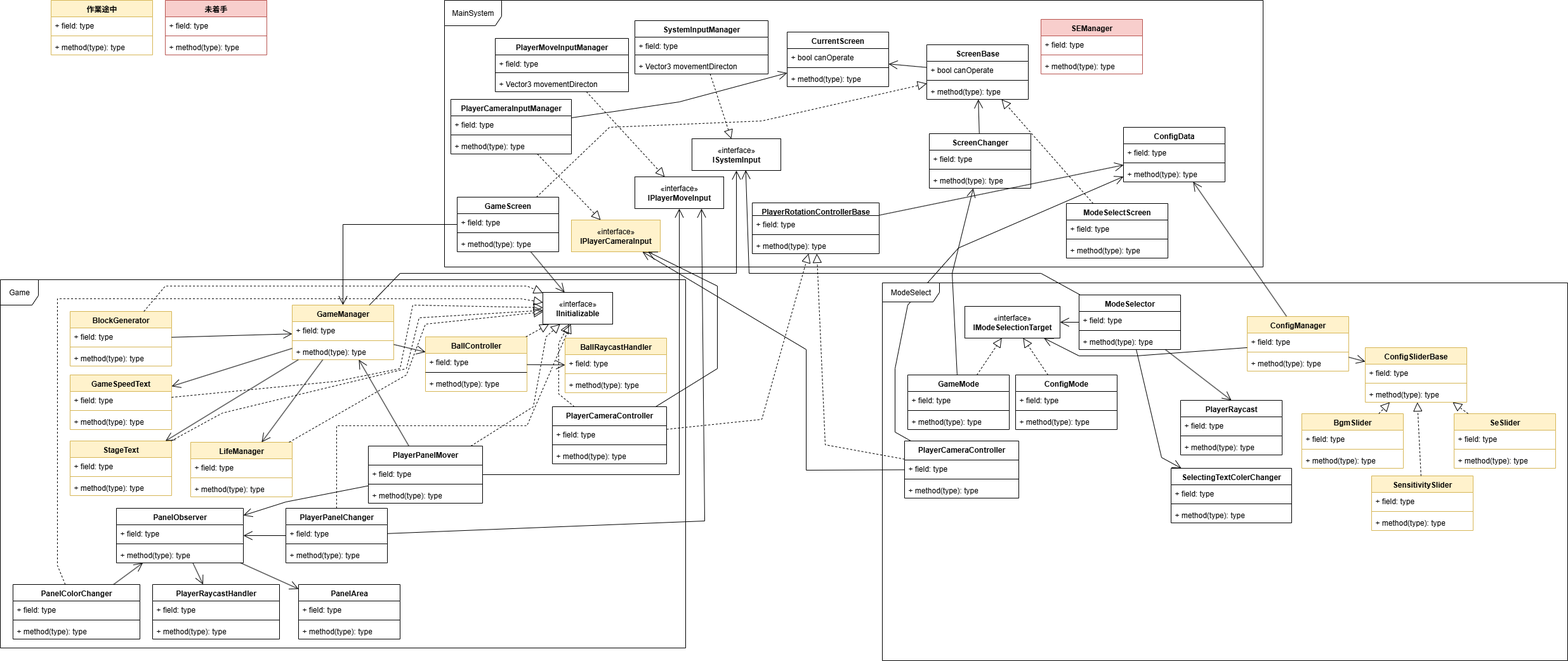
This is BreakOut.drawio.png from UzukiAlto/3DBreakout, a draw.io export, as it was before one commit. Source tidied: cells renumbered, new cells last; positions are measured from the earlier drawing's top-left corner, leaving out a move shared by most shapes.
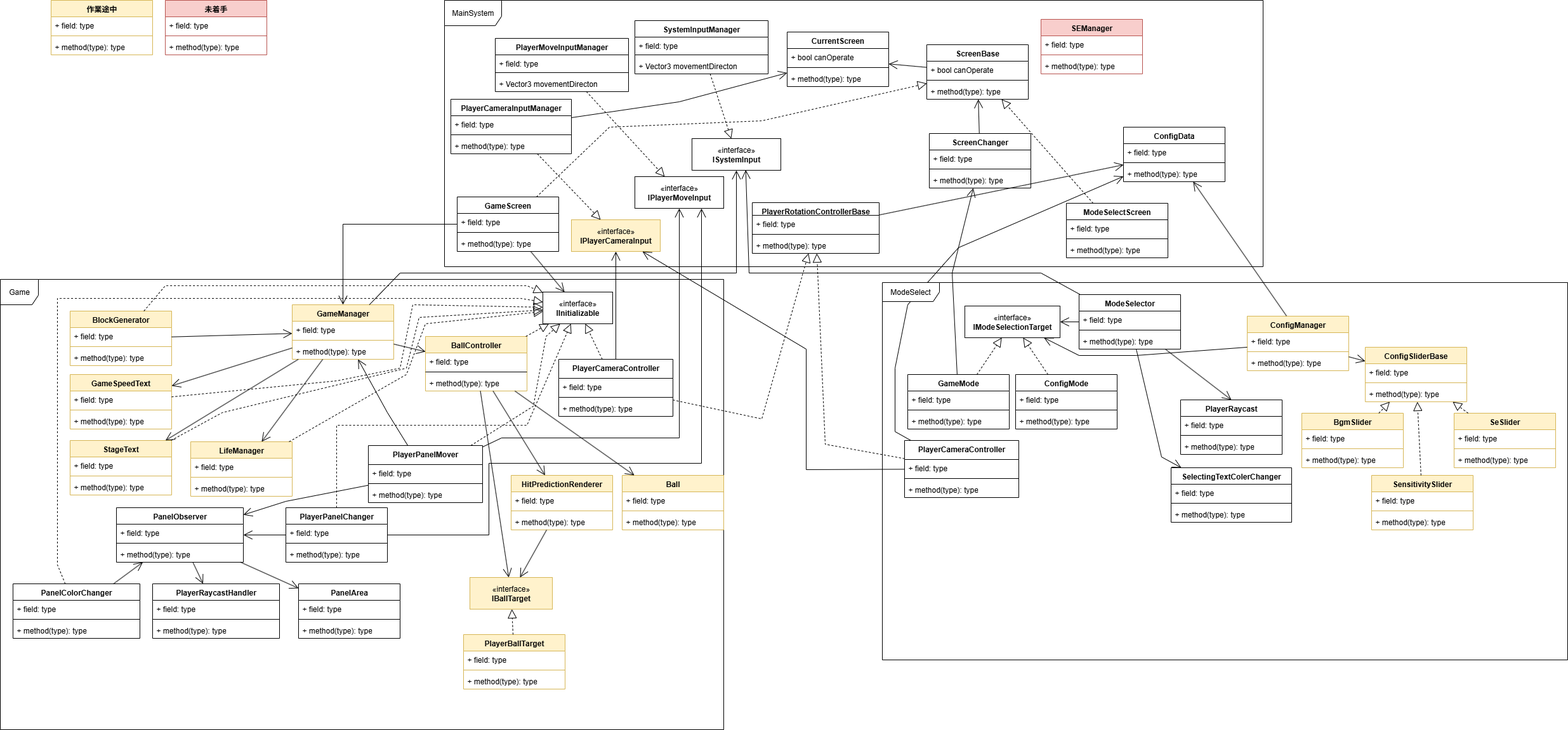
After the commit.

Diff of the diagram source:
```diff
@@ -113,7 +113,7 @@
       </mxGeometry>
     </mxCell>
     <mxCell id="32" value="Game" style="shape=umlFrame;whiteSpace=wrap;html=1;width=60;height=40;" parent="1" vertex="1">
-      <mxGeometry y="440" width="1080" height="580" as="geometry" />
+      <mxGeometry y="440" width="1140" height="710" as="geometry" />
     </mxCell>
     <mxCell id="33" value="LifeManager" style="swimlane;fontStyle=1;align=center;verticalAlign=top;horizontal=1;startSize=26;whiteSpace=wrap;html=1;fillColor=#fff2cc;strokeColor=#d6b656;" parent="1" vertex="1">
       <mxGeometry x="300" y="696" width="160" height="86" as="geometry" />
@@ -128,7 +128,7 @@
       <mxGeometry y="60" width="160" height="26" as="geometry" />
     </mxCell>
     <mxCell id="37" value="PlayerCameraController" style="swimlane;fontStyle=1;align=center;verticalAlign=top;horizontal=1;startSize=30;whiteSpace=wrap;html=1;" parent="1" vertex="1">
-      <mxGeometry x="870" y="640" width="180" height="90" as="geometry" />
+      <mxGeometry x="880" y="566" width="180" height="90" as="geometry" />
     </mxCell>
     <mxCell id="38" value="+ field: type" style="text;align=left;verticalAlign=top;spacingLeft=4;spacingRight=4;overflow=hidden;whiteSpace=wrap;html=1;" parent="37" vertex="1">
       <mxGeometry y="30" width="180" height="26" as="geometry" />
@@ -170,8 +170,8 @@
     <mxCell id="49" value="+ method(type): type" style="text;strokeColor=none;fillColor=none;align=left;verticalAlign=top;spacingLeft=4;spacingRight=4;overflow=hidden;whiteSpace=wrap;html=1;fontFamily=Helvetica;fontSize=12;fontColor=default;fontStyle=0;horizontal=1;" parent="46" vertex="1">
       <mxGeometry y="60" width="160" height="26" as="geometry" />
     </mxCell>
-    <mxCell id="50" value="BallRaycastHandler" style="swimlane;fontStyle=1;align=center;verticalAlign=top;horizontal=1;startSize=26;whiteSpace=wrap;html=1;fillColor=#fff2cc;strokeColor=#d6b656;" parent="1" vertex="1">
-      <mxGeometry x="890" y="532" width="160" height="86" as="geometry" />
+    <mxCell id="50" value="HitPredictionRenderer" style="swimlane;fontStyle=1;align=center;verticalAlign=top;horizontal=1;startSize=26;whiteSpace=wrap;html=1;fillColor=#fff2cc;strokeColor=#d6b656;" parent="1" vertex="1">
+      <mxGeometry x="805" y="749" width="160" height="86" as="geometry" />
     </mxCell>
     <mxCell id="51" value="+ field: type" style="text;strokeColor=none;fillColor=none;align=left;verticalAlign=top;spacingLeft=4;spacingRight=4;overflow=hidden;whiteSpace=wrap;html=1;" parent="50" vertex="1">
       <mxGeometry y="26" width="160" height="26" as="geometry" />
@@ -284,7 +284,8 @@
     <mxCell id="82" style="endArrow=open;endFill=1;endSize=12;html=1;rounded=0;" parent="1" edge="1" source="74" target="168">
       <mxGeometry relative="1" as="geometry">
         <Array as="points">
-          <mxPoint x="1070" y="747" />
+          <mxPoint x="790" y="690" />
+          <mxPoint x="1070" y="690" />
         </Array>
       </mxGeometry>
     </mxCell>
@@ -324,7 +325,9 @@
     <mxCell id="92" style="endArrow=open;endFill=1;endSize=12;html=1;rounded=0;entryX=0.75;entryY=1;entryDx=0;entryDy=0;" parent="1" edge="1" source="88" target="168">
       <mxGeometry relative="1" as="geometry">
         <Array as="points">
-          <mxPoint x="1110" y="820" />
+          <mxPoint x="770" y="843" />
+          <mxPoint x="770" y="730" />
+          <mxPoint x="1105" y="730" />
         </Array>
       </mxGeometry>
     </mxCell>
@@ -344,12 +347,7 @@
       <mxGeometry relative="1" as="geometry" />
     </mxCell>
     <mxCell id="98" style="endArrow=block;dashed=1;endFill=0;endSize=12;html=1;rounded=0;" parent="1" edge="1" source="37" target="65">
-      <mxGeometry relative="1" as="geometry">
-        <Array as="points">
-          <mxPoint x="880" y="620" />
-          <mxPoint x="880" y="540" />
-        </Array>
-      </mxGeometry>
+      <mxGeometry relative="1" as="geometry" />
     </mxCell>
     <mxCell id="99" style="endArrow=open;endFill=1;endSize=12;html=1;rounded=0;" parent="1" edge="1" source="55" target="33">
       <mxGeometry relative="1" as="geometry" />
@@ -570,12 +568,7 @@
       <mxGeometry relative="1" as="geometry" />
     </mxCell>
     <mxCell id="167" style="endArrow=open;endFill=1;endSize=12;html=1;rounded=0;" parent="1" edge="1" source="37" target="165">
-      <mxGeometry relative="1" as="geometry">
-        <Array as="points">
-          <mxPoint x="1130" y="580" />
-          <mxPoint x="1130" y="450" />
-        </Array>
-      </mxGeometry>
+      <mxGeometry relative="1" as="geometry" />
     </mxCell>
     <mxCell id="168" value="«interface»&lt;br&gt;&lt;b&gt;IPlayerMoveInput&lt;/b&gt;" style="html=1;whiteSpace=wrap;" parent="1" vertex="1">
       <mxGeometry x="1000" y="278" width="140" height="50" as="geometry" />
@@ -715,7 +708,11 @@
       </mxGeometry>
     </mxCell>
     <mxCell id="206" style="endArrow=open;endFill=1;endSize=12;html=1;rounded=0;" parent="1" edge="1" source="74" target="55">
-      <mxGeometry relative="1" as="geometry" />
+      <mxGeometry relative="1" as="geometry">
+        <Array as="points">
+          <mxPoint x="610" y="650" />
+        </Array>
+      </mxGeometry>
     </mxCell>
     <mxCell id="207" style="endArrow=block;dashed=1;endFill=0;endSize=12;html=1;rounded=0;" parent="1" edge="1" source="200" target="65">
       <mxGeometry relative="1" as="geometry">
@@ -757,5 +754,44 @@
     <mxCell id="214" style="endArrow=open;endFill=1;endSize=12;html=1;rounded=0;" parent="1" edge="1" source="209" target="55">
       <mxGeometry relative="1" as="geometry" />
     </mxCell>
+    <mxCell id="215" value="PlayerBallTarget" style="swimlane;fontStyle=1;align=center;verticalAlign=top;horizontal=1;startSize=26;whiteSpace=wrap;html=1;fillColor=#fff2cc;strokeColor=#d6b656;" parent="1" vertex="1">
+      <mxGeometry x="730" y="1000" width="160" height="86" as="geometry" />
+    </mxCell>
+    <mxCell id="216" value="+ field: type" style="text;strokeColor=none;fillColor=none;align=left;verticalAlign=top;spacingLeft=4;spacingRight=4;overflow=hidden;whiteSpace=wrap;html=1;" parent="215" vertex="1">
+      <mxGeometry y="26" width="160" height="26" as="geometry" />
+    </mxCell>
+    <mxCell id="217" style="line;strokeWidth=1;fillColor=none;align=left;verticalAlign=middle;spacingTop=-1;spacingLeft=3;spacingRight=3;labelPosition=right;strokeColor=inherit;" parent="215" vertex="1">
+      <mxGeometry y="52" width="160" height="8" as="geometry" />
+    </mxCell>
+    <mxCell id="218" value="+ method(type): type" style="text;strokeColor=none;fillColor=none;align=left;verticalAlign=top;spacingLeft=4;spacingRight=4;overflow=hidden;whiteSpace=wrap;html=1;" parent="215" vertex="1">
+      <mxGeometry y="60" width="160" height="26" as="geometry" />
+    </mxCell>
+    <mxCell id="219" value="«interface»&lt;br&gt;&lt;b&gt;IBallTarget&lt;/b&gt;" style="html=1;whiteSpace=wrap;fillColor=#fff2cc;strokeColor=#d6b656;" parent="1" vertex="1">
+      <mxGeometry x="740" y="910" width="130" height="50" as="geometry" />
+    </mxCell>
+    <mxCell id="220" style="endArrow=open;endFill=1;endSize=12;html=1;rounded=0;" parent="1" edge="1" source="46" target="219">
+      <mxGeometry relative="1" as="geometry" />
+    </mxCell>
+    <mxCell id="221" style="endArrow=block;dashed=1;endFill=0;endSize=12;html=1;rounded=0;" parent="1" edge="1" source="215" target="219">
+      <mxGeometry relative="1" as="geometry" />
+    </mxCell>
+    <mxCell id="222" value="Ball" style="swimlane;fontStyle=1;align=center;verticalAlign=top;horizontal=1;startSize=26;whiteSpace=wrap;html=1;fillColor=#fff2cc;strokeColor=#d6b656;" parent="1" vertex="1">
+      <mxGeometry x="980" y="749" width="160" height="86" as="geometry" />
+    </mxCell>
+    <mxCell id="223" value="+ field: type" style="text;strokeColor=none;fillColor=none;align=left;verticalAlign=top;spacingLeft=4;spacingRight=4;overflow=hidden;whiteSpace=wrap;html=1;" parent="222" vertex="1">
+      <mxGeometry y="26" width="160" height="26" as="geometry" />
+    </mxCell>
+    <mxCell id="224" style="line;strokeWidth=1;fillColor=none;align=left;verticalAlign=middle;spacingTop=-1;spacingLeft=3;spacingRight=3;labelPosition=right;strokeColor=inherit;" parent="222" vertex="1">
+      <mxGeometry y="52" width="160" height="8" as="geometry" />
+    </mxCell>
+    <mxCell id="225" value="+ method(type): type" style="text;strokeColor=none;fillColor=none;align=left;verticalAlign=top;spacingLeft=4;spacingRight=4;overflow=hidden;whiteSpace=wrap;html=1;" parent="222" vertex="1">
+      <mxGeometry y="60" width="160" height="26" as="geometry" />
+    </mxCell>
+    <mxCell id="226" style="endArrow=open;endFill=1;endSize=12;html=1;rounded=0;" parent="1" edge="1" source="46" target="222">
+      <mxGeometry relative="1" as="geometry" />
+    </mxCell>
+    <mxCell id="227" style="endArrow=open;endFill=1;endSize=12;html=1;rounded=0;" parent="1" edge="1" source="50" target="219">
+      <mxGeometry relative="1" as="geometry" />
+    </mxCell>
   </root>
 </mxGraphModel>
```
